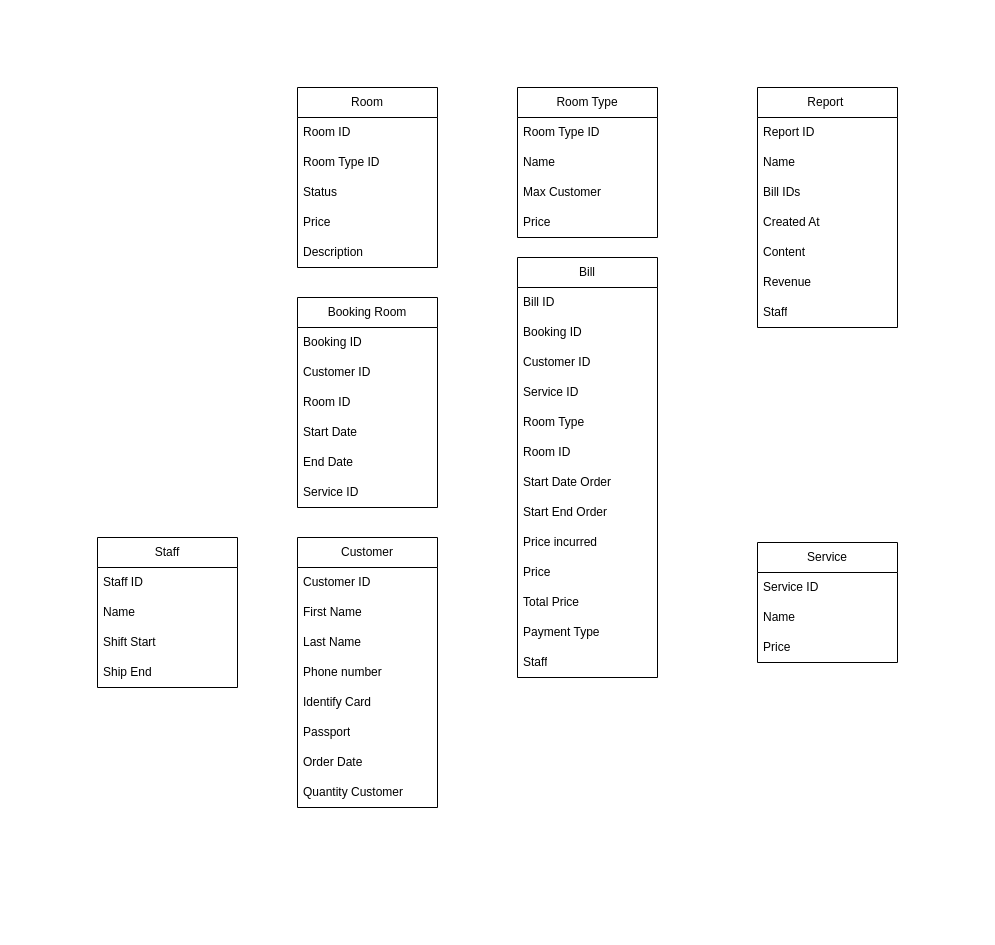
hoangdat12/Lexical- keeps this draw.io diagram as Untitled Diagram.drawio. Above is the earlier version. Source tidied: cells renumbered, new cells numbered last; positions are measured from the earlier drawing's top-left corner, leaving out a move shared by most shapes. Both pictures are drawn from the tidied source at 100%, with x=0, y=0 at pixel (97, 87).
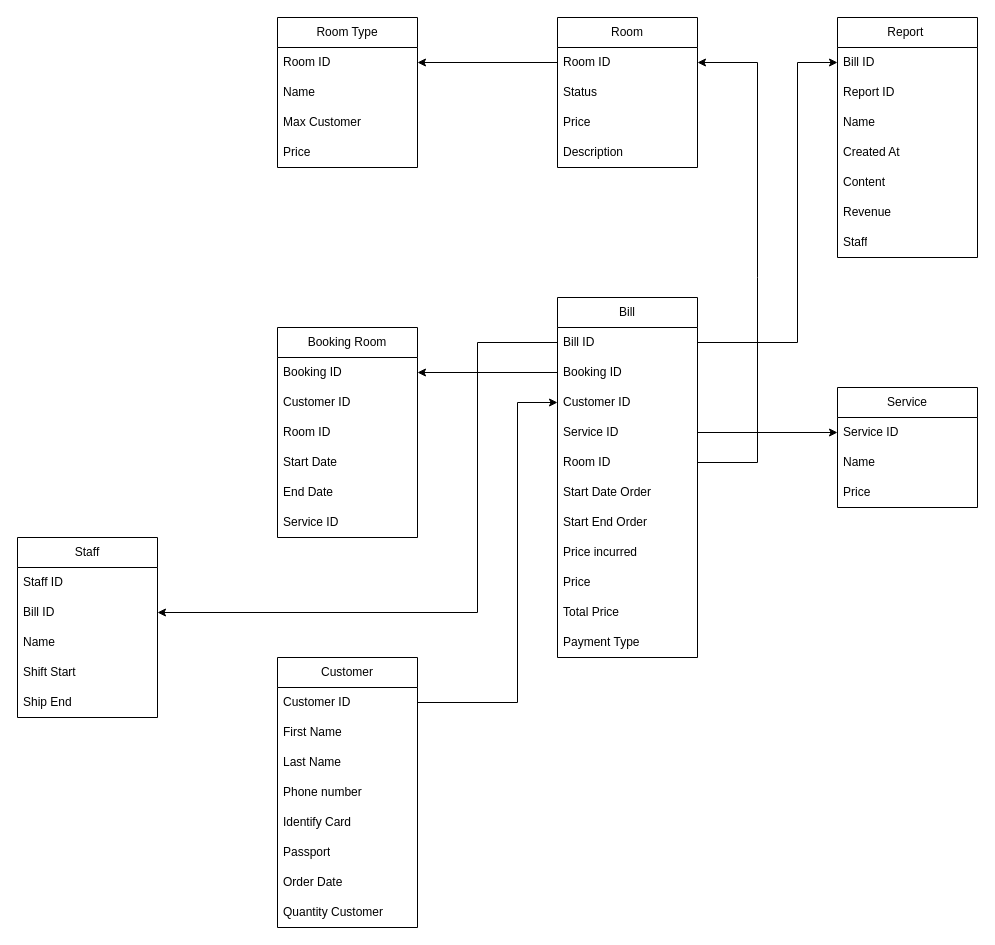
The same page after the edit.

Commit message:
Cập nhật Untitled Diagram.drawio

Unchanged cells that the change refers to:
```xml
<mxCell id="3" value="Room ID" style="text;strokeColor=none;fillColor=none;align=left;verticalAlign=middle;spacingLeft=4;spacingRight=4;overflow=hidden;points=[[0,0.5],[1,0.5]];portConstraint=eastwest;whiteSpace=wrap;html=1;" parent="2" vertex="1">
  <mxGeometry y="30" width="140" height="30" as="geometry" />
</mxCell>
<mxCell id="9" value="Customer ID" style="text;strokeColor=none;fillColor=none;align=left;verticalAlign=middle;spacingLeft=4;spacingRight=4;overflow=hidden;points=[[0,0.5],[1,0.5]];portConstraint=eastwest;whiteSpace=wrap;html=1;" parent="8" vertex="1">
  <mxGeometry y="30" width="140" height="30" as="geometry" />
</mxCell>
<mxCell id="18" value="Booking ID" style="text;strokeColor=none;fillColor=none;align=left;verticalAlign=middle;spacingLeft=4;spacingRight=4;overflow=hidden;points=[[0,0.5],[1,0.5]];portConstraint=eastwest;whiteSpace=wrap;html=1;" parent="17" vertex="1">
  <mxGeometry y="30" width="140" height="30" as="geometry" />
</mxCell>
<mxCell id="25" value="Bill ID" style="text;strokeColor=none;fillColor=none;align=left;verticalAlign=middle;spacingLeft=4;spacingRight=4;overflow=hidden;points=[[0,0.5],[1,0.5]];portConstraint=eastwest;whiteSpace=wrap;html=1;" parent="24" vertex="1">
  <mxGeometry y="30" width="140" height="30" as="geometry" />
</mxCell>
<mxCell id="26" value="Booking ID" style="text;strokeColor=none;fillColor=none;align=left;verticalAlign=middle;spacingLeft=4;spacingRight=4;overflow=hidden;points=[[0,0.5],[1,0.5]];portConstraint=eastwest;whiteSpace=wrap;html=1;" parent="24" vertex="1">
  <mxGeometry y="60" width="140" height="30" as="geometry" />
</mxCell>
<mxCell id="27" value="Customer ID" style="text;strokeColor=none;fillColor=none;align=left;verticalAlign=middle;spacingLeft=4;spacingRight=4;overflow=hidden;points=[[0,0.5],[1,0.5]];portConstraint=eastwest;whiteSpace=wrap;html=1;" parent="24" vertex="1">
  <mxGeometry y="90" width="140" height="30" as="geometry" />
</mxCell>
<mxCell id="28" value="Service ID" style="text;strokeColor=none;fillColor=none;align=left;verticalAlign=middle;spacingLeft=4;spacingRight=4;overflow=hidden;points=[[0,0.5],[1,0.5]];portConstraint=eastwest;whiteSpace=wrap;html=1;" parent="24" vertex="1">
  <mxGeometry y="120" width="140" height="30" as="geometry" />
</mxCell>
<mxCell id="52" value="Service ID" style="text;strokeColor=none;fillColor=none;align=left;verticalAlign=middle;spacingLeft=4;spacingRight=4;overflow=hidden;points=[[0,0.5],[1,0.5]];portConstraint=eastwest;whiteSpace=wrap;html=1;" parent="51" vertex="1">
  <mxGeometry y="30" width="140" height="30" as="geometry" />
</mxCell>
```

Change to the diagram source:
```diff
@@
     <mxCell id="2" value="Room" style="swimlane;fontStyle=0;horizontal=1;startSize=30;whiteSpace=wrap;html=1;" parent="1" vertex="1">
-      <mxGeometry x="200" width="140" height="180" as="geometry" />
+      <mxGeometry x="460" y="-70" width="140" height="150" as="geometry" />
     </mxCell>
@@
-    <mxCell id="4" value="Room Type ID" style="text;strokeColor=none;fillColor=none;align=left;verticalAlign=middle;spacingLeft=4;spacingRight=4;overflow=hidden;whiteSpace=wrap;html=1;" parent="2" vertex="1">
-      <mxGeometry y="60" width="140" height="30" as="geometry" />
-    </mxCell>
     <mxCell id="5" value="Status" style="text;strokeColor=none;fillColor=none;align=left;verticalAlign=middle;spacingLeft=4;spacingRight=4;overflow=hidden;whiteSpace=wrap;html=1;" parent="2" vertex="1">
-      <mxGeometry y="90" width="140" height="30" as="geometry" />
+      <mxGeometry y="60" width="140" height="30" as="geometry" />
     </mxCell>
     <mxCell id="6" value="Price" style="text;strokeColor=none;fillColor=none;align=left;verticalAlign=middle;spacingLeft=4;spacingRight=4;overflow=hidden;whiteSpace=wrap;html=1;" parent="2" vertex="1">
-      <mxGeometry y="120" width="140" height="30" as="geometry" />
+      <mxGeometry y="90" width="140" height="30" as="geometry" />
     </mxCell>
     <mxCell id="7" value="Description" style="text;strokeColor=none;fillColor=none;align=left;verticalAlign=middle;spacingLeft=4;spacingRight=4;overflow=hidden;whiteSpace=wrap;html=1;" parent="2" vertex="1">
-      <mxGeometry y="150" width="140" height="30" as="geometry" />
+      <mxGeometry y="120" width="140" height="30" as="geometry" />
     </mxCell>
     <mxCell id="8" value="Customer" style="swimlane;fontStyle=0;horizontal=1;startSize=30;whiteSpace=wrap;html=1;" parent="1" vertex="1">
-      <mxGeometry x="200" y="450" width="140" height="270" as="geometry" />
+      <mxGeometry x="180" y="570" width="140" height="270" as="geometry" />
     </mxCell>
@@
     <mxCell id="17" value="Booking Room" style="swimlane;fontStyle=0;horizontal=1;startSize=30;whiteSpace=wrap;html=1;" parent="1" vertex="1">
-      <mxGeometry x="200" y="210" width="140" height="210" as="geometry" />
+      <mxGeometry x="180" y="240" width="140" height="210" as="geometry" />
     </mxCell>
@@
     <mxCell id="24" value="Bill" style="swimlane;fontStyle=0;horizontal=1;startSize=30;whiteSpace=wrap;html=1;" parent="1" vertex="1">
-      <mxGeometry x="420" y="170" width="140" height="420" as="geometry" />
+      <mxGeometry x="460" y="210" width="140" height="360" as="geometry" />
     </mxCell>
@@
-    <mxCell id="29" value="Room Type" style="text;strokeColor=none;fillColor=none;align=left;verticalAlign=middle;spacingLeft=4;spacingRight=4;overflow=hidden;whiteSpace=wrap;html=1;" parent="24" vertex="1">
-      <mxGeometry y="150" width="140" height="30" as="geometry" />
-    </mxCell>
     <mxCell id="30" value="Room ID" style="text;strokeColor=none;fillColor=none;align=left;verticalAlign=middle;spacingLeft=4;spacingRight=4;overflow=hidden;points=[[0,0.5],[1,0.5]];portConstraint=eastwest;whiteSpace=wrap;html=1;" parent="24" vertex="1">
-      <mxGeometry y="180" width="140" height="30" as="geometry" />
+      <mxGeometry y="150" width="140" height="30" as="geometry" />
     </mxCell>
     <mxCell id="31" value="Start Date Order" style="text;strokeColor=none;fillColor=none;align=left;verticalAlign=middle;spacingLeft=4;spacingRight=4;overflow=hidden;whiteSpace=wrap;html=1;" parent="24" vertex="1">
-      <mxGeometry y="210" width="140" height="30" as="geometry" />
+      <mxGeometry y="180" width="140" height="30" as="geometry" />
     </mxCell>
     <mxCell id="32" value="Start End Order" style="text;strokeColor=none;fillColor=none;align=left;verticalAlign=middle;spacingLeft=4;spacingRight=4;overflow=hidden;whiteSpace=wrap;html=1;" parent="24" vertex="1">
-      <mxGeometry y="240" width="140" height="30" as="geometry" />
+      <mxGeometry y="210" width="140" height="30" as="geometry" />
     </mxCell>
     <mxCell id="33" value="Price incurred" style="text;strokeColor=none;fillColor=none;align=left;verticalAlign=middle;spacingLeft=4;spacingRight=4;overflow=hidden;whiteSpace=wrap;html=1;" parent="24" vertex="1">
-      <mxGeometry y="270" width="140" height="30" as="geometry" />
+      <mxGeometry y="240" width="140" height="30" as="geometry" />
     </mxCell>
     <mxCell id="34" value="Price" style="text;strokeColor=none;fillColor=none;align=left;verticalAlign=middle;spacingLeft=4;spacingRight=4;overflow=hidden;whiteSpace=wrap;html=1;" parent="24" vertex="1">
-      <mxGeometry y="300" width="140" height="30" as="geometry" />
+      <mxGeometry y="270" width="140" height="30" as="geometry" />
     </mxCell>
     <mxCell id="35" value="Total Price" style="text;strokeColor=none;fillColor=none;align=left;verticalAlign=middle;spacingLeft=4;spacingRight=4;overflow=hidden;whiteSpace=wrap;html=1;" parent="24" vertex="1">
-      <mxGeometry y="330" width="140" height="30" as="geometry" />
+      <mxGeometry y="300" width="140" height="30" as="geometry" />
     </mxCell>
     <mxCell id="36" value="Payment Type" style="text;strokeColor=none;fillColor=none;align=left;verticalAlign=middle;spacingLeft=4;spacingRight=4;overflow=hidden;whiteSpace=wrap;html=1;" parent="24" vertex="1">
-      <mxGeometry y="360" width="140" height="30" as="geometry" />
+      <mxGeometry y="330" width="140" height="30" as="geometry" />
     </mxCell>
-    <mxCell id="37" value="Staff" style="text;strokeColor=none;fillColor=none;align=left;verticalAlign=middle;spacingLeft=4;spacingRight=4;overflow=hidden;whiteSpace=wrap;html=1;" parent="24" vertex="1">
-      <mxGeometry y="390" width="140" height="30" as="geometry" />
-    </mxCell>
     <mxCell id="38" value="Room Type" style="swimlane;fontStyle=0;horizontal=1;startSize=30;whiteSpace=wrap;html=1;" parent="1" vertex="1">
-      <mxGeometry x="420" width="140" height="150" as="geometry" />
+      <mxGeometry x="180" y="-70" width="140" height="150" as="geometry" />
     </mxCell>
-    <mxCell id="39" value="Room Type ID" style="text;strokeColor=none;fillColor=none;align=left;verticalAlign=middle;spacingLeft=4;spacingRight=4;overflow=hidden;points=[[0,0.5],[1,0.5]];portConstraint=eastwest;whiteSpace=wrap;html=1;" parent="38" vertex="1">
+    <mxCell id="39" value="Room ID" style="text;strokeColor=none;fillColor=none;align=left;verticalAlign=middle;spacingLeft=4;spacingRight=4;overflow=hidden;points=[[0,0.5],[1,0.5]];portConstraint=eastwest;whiteSpace=wrap;html=1;" parent="38" vertex="1">
       <mxGeometry y="30" width="140" height="30" as="geometry" />
     </mxCell>
@@
     <mxCell id="43" value="Report&amp;nbsp;" style="swimlane;fontStyle=0;horizontal=1;startSize=30;whiteSpace=wrap;html=1;" parent="1" vertex="1">
-      <mxGeometry x="660" width="140" height="240" as="geometry" />
+      <mxGeometry x="740" y="-70" width="140" height="240" as="geometry" />
     </mxCell>
+    <mxCell id="46" value="Bill ID" style="text;strokeColor=none;fillColor=none;align=left;verticalAlign=middle;spacingLeft=4;spacingRight=4;overflow=hidden;points=[[0,0.5],[1,0.5]];portConstraint=eastwest;whiteSpace=wrap;html=1;" parent="43" vertex="1">
+      <mxGeometry y="30" width="140" height="30" as="geometry" />
+    </mxCell>
     <mxCell id="44" value="Report ID" style="text;strokeColor=none;fillColor=none;align=left;verticalAlign=middle;spacingLeft=4;spacingRight=4;overflow=hidden;whiteSpace=wrap;html=1;" parent="43" vertex="1">
-      <mxGeometry y="30" width="140" height="30" as="geometry" />
+      <mxGeometry y="60" width="140" height="30" as="geometry" />
     </mxCell>
     <mxCell id="45" value="Name" style="text;strokeColor=none;fillColor=none;align=left;verticalAlign=middle;spacingLeft=4;spacingRight=4;overflow=hidden;whiteSpace=wrap;html=1;" parent="43" vertex="1">
-      <mxGeometry y="60" width="140" height="30" as="geometry" />
+      <mxGeometry y="90" width="140" height="30" as="geometry" />
     </mxCell>
-    <mxCell id="46" value="Bill IDs" style="text;strokeColor=none;fillColor=none;align=left;verticalAlign=middle;spacingLeft=4;spacingRight=4;overflow=hidden;points=[[0,0.5],[1,0.5]];portConstraint=eastwest;whiteSpace=wrap;html=1;" parent="43" vertex="1">
-      <mxGeometry y="90" width="140" height="30" as="geometry" />
-    </mxCell>
@@
     <mxCell id="51" value="Service" style="swimlane;fontStyle=0;horizontal=1;startSize=30;whiteSpace=wrap;html=1;" parent="1" vertex="1">
-      <mxGeometry x="660" y="455" width="140" height="120" as="geometry" />
+      <mxGeometry x="740" y="300" width="140" height="120" as="geometry" />
     </mxCell>
@@
     <mxCell id="55" value="Staff" style="swimlane;fontStyle=0;horizontal=1;startSize=30;whiteSpace=wrap;html=1;" parent="1" vertex="1">
-      <mxGeometry y="450" width="140" height="150" as="geometry" />
+      <mxGeometry x="-80" y="450" width="140" height="180" as="geometry" />
     </mxCell>
@@
+    <mxCell id="60" value="Bill ID" style="text;strokeColor=none;fillColor=none;align=left;verticalAlign=middle;spacingLeft=4;spacingRight=4;overflow=hidden;points=[[0,0.5],[1,0.5]];portConstraint=eastwest;whiteSpace=wrap;html=1;" parent="55" vertex="1">
+      <mxGeometry y="60" width="140" height="30" as="geometry" />
+    </mxCell>
     <mxCell id="57" value="Name" style="text;strokeColor=none;fillColor=none;align=left;verticalAlign=middle;spacingLeft=4;spacingRight=4;overflow=hidden;whiteSpace=wrap;html=1;" parent="55" vertex="1">
-      <mxGeometry y="60" width="140" height="30" as="geometry" />
+      <mxGeometry y="90" width="140" height="30" as="geometry" />
     </mxCell>
     <mxCell id="58" value="Shift Start" style="text;strokeColor=none;fillColor=none;align=left;verticalAlign=middle;spacingLeft=4;spacingRight=4;overflow=hidden;whiteSpace=wrap;html=1;" parent="55" vertex="1">
-      <mxGeometry y="90" width="140" height="30" as="geometry" />
+      <mxGeometry y="120" width="140" height="30" as="geometry" />
     </mxCell>
     <mxCell id="59" value="Ship End" style="text;strokeColor=none;fillColor=none;align=left;verticalAlign=middle;spacingLeft=4;spacingRight=4;overflow=hidden;whiteSpace=wrap;html=1;" parent="55" vertex="1">
-      <mxGeometry y="120" width="140" height="30" as="geometry" />
+      <mxGeometry y="150" width="140" height="30" as="geometry" />
     </mxCell>
+    <mxCell id="61" style="endArrow=classic;html=1;rounded=0;exitX=0;exitY=0.5;exitDx=0;exitDy=0;entryX=1;entryY=0.5;entryDx=0;entryDy=0;" parent="1" edge="1" source="3" target="39">
+      <mxGeometry relative="1" as="geometry" />
+    </mxCell>
+    <mxCell id="62" style="endArrow=classic;html=1;rounded=0;exitX=0;exitY=0.5;exitDx=0;exitDy=0;entryX=1;entryY=0.5;entryDx=0;entryDy=0;" parent="1" edge="1" source="26" target="18">
+      <mxGeometry relative="1" as="geometry" />
+    </mxCell>
+    <mxCell id="63" style="endArrow=classic;html=1;rounded=0;exitX=1;exitY=0.5;exitDx=0;exitDy=0;entryX=0;entryY=0.5;entryDx=0;entryDy=0;" parent="1" edge="1" source="28" target="52">
+      <mxGeometry relative="1" as="geometry" />
+    </mxCell>
+    <mxCell id="64" style="endArrow=classic;html=1;rounded=0;exitX=1;exitY=0.5;exitDx=0;exitDy=0;entryX=0;entryY=0.5;entryDx=0;entryDy=0;" parent="1" edge="1" source="9" target="27">
+      <mxGeometry relative="1" as="geometry">
+        <Array as="points">
+          <mxPoint x="420" y="615" />
+          <mxPoint x="420" y="315" />
+        </Array>
+      </mxGeometry>
+    </mxCell>
+    <mxCell id="65" style="endArrow=classic;html=1;rounded=0;exitX=1;exitY=0.5;exitDx=0;exitDy=0;entryX=1;entryY=0.5;entryDx=0;entryDy=0;" parent="1" edge="1" source="30" target="3">
+      <mxGeometry relative="1" as="geometry">
+        <Array as="points">
+          <mxPoint x="660" y="375" />
+          <mxPoint x="660" y="190" />
+          <mxPoint x="660" y="-25" />
+        </Array>
+      </mxGeometry>
+    </mxCell>
+    <mxCell id="66" style="endArrow=classic;html=1;rounded=0;exitX=0;exitY=0.5;exitDx=0;exitDy=0;entryX=1;entryY=0.5;entryDx=0;entryDy=0;" parent="1" edge="1" source="25" target="60">
+      <mxGeometry relative="1" as="geometry">
+        <Array as="points">
+          <mxPoint x="380" y="255" />
+          <mxPoint x="380" y="525" />
+        </Array>
+      </mxGeometry>
+    </mxCell>
+    <mxCell id="67" style="endArrow=classic;html=1;rounded=0;exitX=1;exitY=0.5;exitDx=0;exitDy=0;entryX=0;entryY=0.5;entryDx=0;entryDy=0;" parent="1" edge="1" source="25" target="46">
+      <mxGeometry relative="1" as="geometry">
+        <Array as="points">
+          <mxPoint x="700" y="255" />
+          <mxPoint x="700" y="-25" />
+        </Array>
+      </mxGeometry>
+    </mxCell>
```
